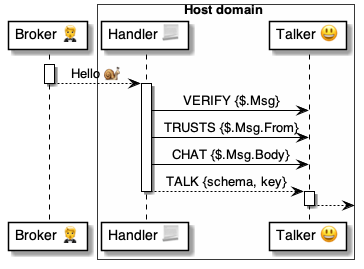
Earlier version of the PlantUML export 4 ⚙️ Solution/41 🎭 Domain Roles/Hosts 🤗/🤗🅰️ Host methods/Hello 🤵🐌🤗/🤗 Hello ⚙️ uml.png (pollyweb-org/pollyweb-docs). Its source is kept beside it as 4 ⚙️ Solution/41 🎭 Domain Roles/Hosts 🤗/🤗🅰️ Host methods/Hello 🤵🐌🤗/🤗 Hello ⚙️ uml.puml. Its diagram source:
```plantuml
@startuml Hello@Host

participant "Broker 🤵" as broker

box Host domain #FFFFFA
    participant "Handler 📃" as handler
    participant "Talker 😃" as engine
end box

activate broker
    broker --> handler: Hello 🐌
deactivate broker

activate handler
    handler -> engine: VERIFY {$.Msg}
    handler -> engine: TRUSTS {$.Msg.From}
    handler -> engine: CHAT {$.Msg.Body}
    handler --> engine: TALK {schema, key}
deactivate handler

activate engine
    engine -->
deactivate engine

@enduml
```
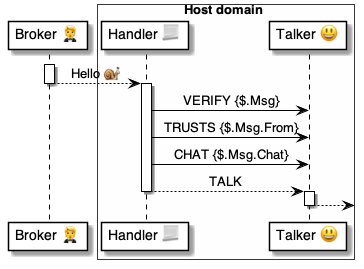
The same diagram one commit later.

Diff of the diagram source:
```diff
@@ -14,8 +14,8 @@
 activate handler
     handler -> engine: VERIFY {$.Msg}
     handler -> engine: TRUSTS {$.Msg.From}
-    handler -> engine: CHAT {$.Msg.Body}
-    handler --> engine: TALK {schema, key}
+    handler -> engine: CHAT {$.Msg.Chat}
+    handler --> engine: TALK
 deactivate handler
 
 activate engine
```
